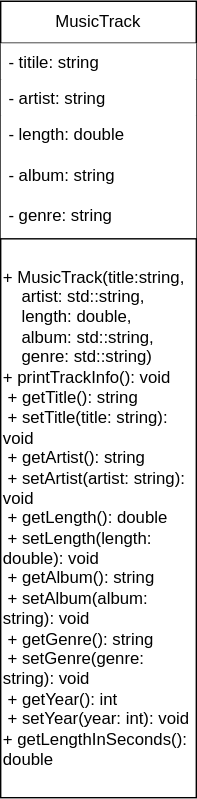
This is drawio/UML MusicTrack.drawio.svg from at1et/OOP, a draw.io export, as it was before one commit. Source tidied: cells renumbered, new cells last; positions are measured from the earlier drawing's top-left corner, leaving out a move shared by most shapes.
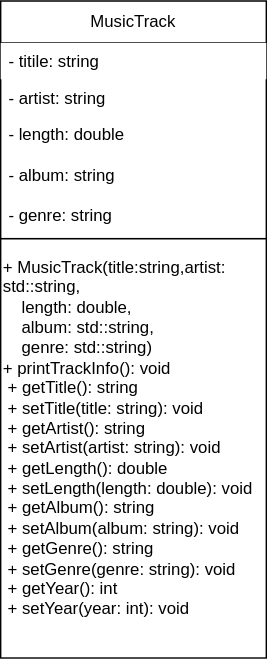
After the change.

The edit, as a diff of the source:
```diff
@@ -2,20 +2,20 @@
   <root>
     <mxCell id="0" />
     <mxCell id="1" parent="0" />
-    <mxCell id="2" value="MusicTrack" style="swimlane;fontStyle=0;horizontal=1;startSize=30;fillColor=default;whiteSpace=wrap;html=1;" parent="1" vertex="1">
-      <mxGeometry width="140" height="170" as="geometry" />
+    <mxCell id="2" value="MusicTrack" style="swimlane;fontStyle=0;horizontal=1;startSize=30;fillColor=none;whiteSpace=wrap;html=1;" parent="1" vertex="1">
+      <mxGeometry width="190" height="170" as="geometry" />
     </mxCell>
     <mxCell id="3" value="- titile: string" style="text;strokeColor=none;fillColor=default;align=left;verticalAlign=top;spacingLeft=4;spacingRight=4;overflow=hidden;whiteSpace=wrap;html=1;" parent="2" vertex="1">
-      <mxGeometry y="30" width="140" height="26" as="geometry" />
+      <mxGeometry y="30" width="190" height="26" as="geometry" />
     </mxCell>
-    <mxCell id="4" value="- artist: string" style="text;strokeColor=none;fillColor=default;align=left;verticalAlign=top;spacingLeft=4;spacingRight=4;overflow=hidden;whiteSpace=wrap;html=1;" parent="2" vertex="1">
-      <mxGeometry y="56" width="140" height="26" as="geometry" />
+    <mxCell id="4" value="- artist: string" style="text;strokeColor=none;fillColor=none;align=left;verticalAlign=top;spacingLeft=4;spacingRight=4;overflow=hidden;whiteSpace=wrap;html=1;" parent="2" vertex="1">
+      <mxGeometry y="56" width="190" height="26" as="geometry" />
     </mxCell>
-    <mxCell id="5" value="- length: double&lt;br&gt;&amp;nbsp;&lt;br&gt;- album: string&lt;br&gt;&lt;br&gt;- genre: string" style="text;strokeColor=none;fillColor=default;align=left;verticalAlign=top;spacingLeft=4;spacingRight=4;overflow=hidden;whiteSpace=wrap;html=1;" parent="2" vertex="1">
-      <mxGeometry y="82" width="140" height="88" as="geometry" />
+    <mxCell id="5" value="- length: double&lt;br&gt;&amp;nbsp;&lt;br&gt;- album: string&lt;br&gt;&lt;br&gt;- genre: string" style="text;strokeColor=none;fillColor=none;align=left;verticalAlign=top;spacingLeft=4;spacingRight=4;overflow=hidden;whiteSpace=wrap;html=1;" parent="2" vertex="1">
+      <mxGeometry y="82" width="190" height="88" as="geometry" />
     </mxCell>
-    <mxCell id="6" value="&lt;div&gt;+ MusicTrack(title:string,&amp;nbsp; &amp;nbsp;&lt;span style=&quot;background-color: initial;&quot;&gt;&amp;nbsp;&lt;span style=&quot;&quot;&gt;&lt;span style=&quot;white-space: pre;&quot;&gt;&amp;nbsp;&amp;nbsp;&lt;/span&gt;&lt;/span&gt;artist: std::string,&amp;nbsp;&lt;/span&gt;&lt;/div&gt;&lt;div&gt;&lt;span style=&quot;&quot;&gt;&lt;span style=&quot;white-space: pre;&quot;&gt;&amp;nbsp;&amp;nbsp;&amp;nbsp;&amp;nbsp;&lt;/span&gt;&lt;/span&gt;length: double,&amp;nbsp; &amp;nbsp; &amp;nbsp; &amp;nbsp;&lt;/div&gt;&lt;div&gt;&lt;span style=&quot;&quot;&gt;&lt;span style=&quot;white-space: pre;&quot;&gt;&amp;nbsp;&amp;nbsp;&amp;nbsp;&amp;nbsp;&lt;/span&gt;&lt;/span&gt;album: std::string,&amp;nbsp; &amp;nbsp;&amp;nbsp;&lt;/div&gt;&lt;div&gt;&amp;nbsp;&lt;span style=&quot;&quot;&gt;&lt;span style=&quot;white-space: pre;&quot;&gt;&amp;nbsp;&amp;nbsp;&amp;nbsp;&lt;/span&gt;&lt;/span&gt;genre: std::string)&amp;nbsp; &amp;nbsp;&lt;/div&gt;&lt;div&gt;+ printTrackInfo(): void&amp;nbsp;&lt;br&gt;&amp;nbsp;+ getTitle(): string&amp;nbsp;&lt;br&gt;&amp;nbsp;+ setTitle(title: string): void&amp;nbsp;&lt;br&gt;&amp;nbsp;+ getArtist(): string&amp;nbsp;&lt;br&gt;&amp;nbsp;+ setArtist(artist: string): void&amp;nbsp;&lt;br&gt;&amp;nbsp;+ getLength(): double&amp;nbsp;&lt;br&gt;&amp;nbsp;+ setLength(length: double): void&amp;nbsp;&lt;br&gt;&amp;nbsp;+ getAlbum(): string&amp;nbsp;&lt;br&gt;&amp;nbsp;+ setAlbum(album: string): void&amp;nbsp;&lt;br&gt;&amp;nbsp;+ getGenre(): string&amp;nbsp;&lt;br&gt;&amp;nbsp;+ setGenre(genre: string): void&amp;nbsp;&lt;br&gt;&amp;nbsp;+ getYear(): int&amp;nbsp;&lt;br&gt;&amp;nbsp;+ setYear(year: int): void&amp;nbsp;&lt;br&gt;+ getLengthInSeconds(): double&amp;nbsp;&amp;nbsp;&lt;/div&gt;" style="rounded=0;whiteSpace=wrap;html=1;align=left;" parent="1" vertex="1">
-      <mxGeometry y="170" width="140" height="400" as="geometry" />
+    <mxCell id="6" value="&lt;div&gt;+ MusicTrack(title:string,&lt;span style=&quot;background-color: initial;&quot;&gt;artist: std::string,&amp;nbsp;&lt;/span&gt;&lt;/div&gt;&lt;div&gt;&lt;span style=&quot;&quot;&gt;&lt;span style=&quot;white-space: pre;&quot;&gt;&amp;nbsp;&amp;nbsp;&amp;nbsp;&amp;nbsp;&lt;/span&gt;&lt;/span&gt;length: double,&amp;nbsp; &amp;nbsp; &amp;nbsp; &amp;nbsp;&lt;/div&gt;&lt;div&gt;&lt;span style=&quot;&quot;&gt;&lt;span style=&quot;white-space: pre;&quot;&gt;&amp;nbsp;&amp;nbsp;&amp;nbsp;&amp;nbsp;&lt;/span&gt;&lt;/span&gt;album: std::string,&amp;nbsp; &amp;nbsp;&amp;nbsp;&lt;/div&gt;&lt;div&gt;&amp;nbsp;&lt;span style=&quot;&quot;&gt;&lt;span style=&quot;white-space: pre;&quot;&gt;&amp;nbsp;&amp;nbsp;&amp;nbsp;&lt;/span&gt;&lt;/span&gt;genre: std::string)&amp;nbsp; &amp;nbsp;&lt;/div&gt;&lt;div&gt;+ printTrackInfo(): void&amp;nbsp;&lt;br&gt;&amp;nbsp;+ getTitle(): string&amp;nbsp;&lt;br&gt;&amp;nbsp;+ setTitle(title: string): void&amp;nbsp;&lt;br&gt;&amp;nbsp;+ getArtist(): string&amp;nbsp;&lt;br&gt;&amp;nbsp;+ setArtist(artist: string): void&amp;nbsp;&lt;br&gt;&amp;nbsp;+ getLength(): double&amp;nbsp;&lt;br&gt;&amp;nbsp;+ setLength(length: double): void&amp;nbsp;&lt;br&gt;&amp;nbsp;+ getAlbum(): string&amp;nbsp;&lt;br&gt;&amp;nbsp;+ setAlbum(album: string): void&amp;nbsp;&lt;br&gt;&amp;nbsp;+ getGenre(): string&amp;nbsp;&lt;br&gt;&amp;nbsp;+ setGenre(genre: string): void&amp;nbsp;&lt;br&gt;&amp;nbsp;+ getYear(): int&amp;nbsp;&lt;br&gt;&amp;nbsp;+ setYear(year: int): void&amp;nbsp;&lt;br&gt;&amp;nbsp;&amp;nbsp;&lt;/div&gt;" style="rounded=0;whiteSpace=wrap;html=1;align=left;fillColor=none;" parent="1" vertex="1">
+      <mxGeometry y="170" width="190" height="300" as="geometry" />
     </mxCell>
   </root>
 </mxGraphModel>
```
